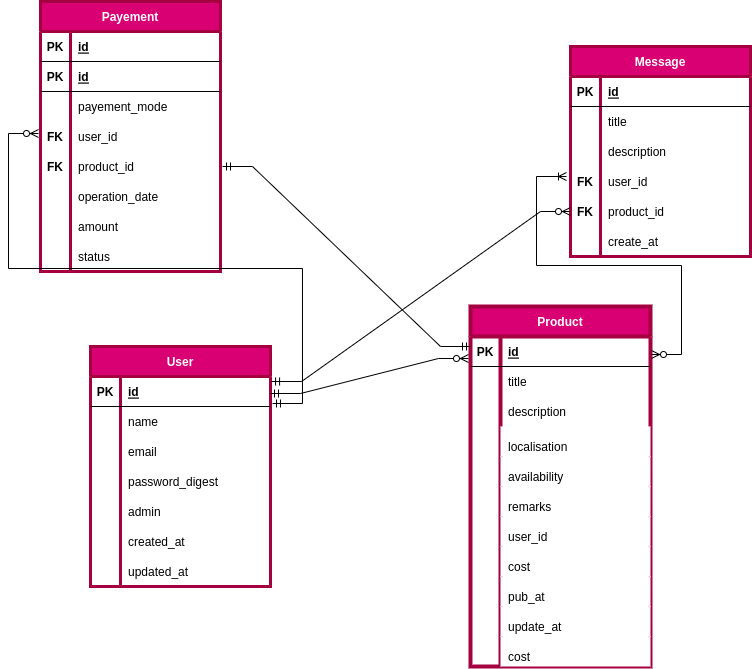
Before: public/ER.png, a diagram exported from draw.io (IBRAHIMA8/Transimo). Source tidied: cells renumbered, new cells last; positions are measured from the earlier drawing's top-left corner, leaving out a move shared by most shapes.
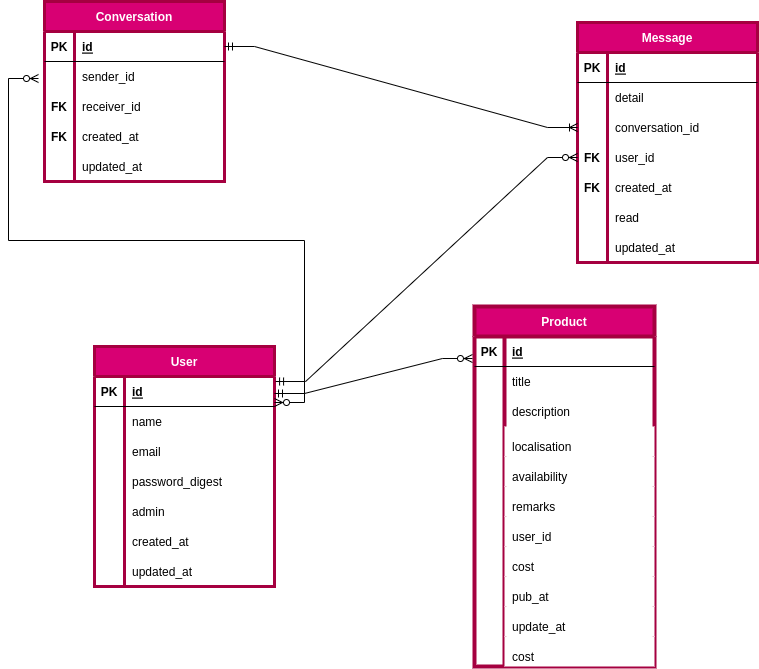
The same diagram one commit later.

The edit, as a diff of the source:
```diff
@@ -171,7 +171,7 @@
       <mxGeometry x="30" width="150" height="30" as="geometry" />
     </mxCell>
     <mxCell id="58" value="Message" style="shape=table;startSize=30;rowLines=0;fontStyle=1;align=center;fillColor=#d80073;fontColor=#ffffff;strokeColor=#A50040;strokeWidth=3;" parent="1" vertex="1">
-      <mxGeometry x="532" y="45" width="180" height="210" as="geometry" />
+      <mxGeometry x="535" y="21" width="180" height="240" as="geometry" />
     </mxCell>
     <mxCell id="59" style="shape=tableRow;horizontal=0;startSize=0;swimlaneHead=0;swimlaneBody=0;fillColor=none;top=0;left=0;right=0;bottom=1;" parent="58" vertex="1">
       <mxGeometry y="30" width="180" height="30" as="geometry" />
@@ -188,7 +188,7 @@
     <mxCell id="63" style="shape=partialRectangle;fillColor=none;top=0;left=0;bottom=0;right=0;overflow=hidden;fontStyle=1;" parent="62" vertex="1">
       <mxGeometry width="30" height="30" as="geometry" />
     </mxCell>
-    <mxCell id="64" value="title" style="shape=partialRectangle;fillColor=none;top=0;left=0;bottom=0;right=0;align=left;spacingLeft=6;overflow=hidden;" parent="62" vertex="1">
+    <mxCell id="64" value="detail" style="shape=partialRectangle;fillColor=none;top=0;left=0;bottom=0;right=0;align=left;spacingLeft=6;overflow=hidden;" parent="62" vertex="1">
       <mxGeometry x="30" width="150" height="30" as="geometry" />
     </mxCell>
     <mxCell id="65" style="shape=tableRow;horizontal=0;startSize=0;swimlaneHead=0;swimlaneBody=0;fillColor=none;points=[[0,0.5],[1,0.5]];portConstraint=eastwest;top=0;left=0;right=0;bottom=0;" parent="58" vertex="1">
@@ -197,7 +197,7 @@
     <mxCell id="66" style="shape=partialRectangle;fillColor=none;top=0;left=0;bottom=0;right=0;overflow=hidden;fontStyle=1;" parent="65" vertex="1">
       <mxGeometry width="30" height="30" as="geometry" />
     </mxCell>
-    <mxCell id="67" value="description" style="shape=partialRectangle;fillColor=none;top=0;left=0;bottom=0;right=0;align=left;spacingLeft=6;overflow=hidden;" parent="65" vertex="1">
+    <mxCell id="67" value="conversation_id" style="shape=partialRectangle;fillColor=none;top=0;left=0;bottom=0;right=0;align=left;spacingLeft=6;overflow=hidden;" parent="65" vertex="1">
       <mxGeometry x="30" width="150" height="30" as="geometry" />
     </mxCell>
     <mxCell id="68" style="shape=tableRow;horizontal=0;startSize=0;swimlaneHead=0;swimlaneBody=0;fillColor=none;points=[[0,0.5],[1,0.5]];portConstraint=eastwest;top=0;left=0;right=0;bottom=0;" parent="58" vertex="1">
@@ -215,7 +215,7 @@
     <mxCell id="72" value="FK" style="shape=partialRectangle;fillColor=none;top=0;left=0;bottom=0;right=0;overflow=hidden;fontStyle=1;" parent="71" vertex="1">
       <mxGeometry width="30" height="30" as="geometry" />
     </mxCell>
-    <mxCell id="73" value="product_id" style="shape=partialRectangle;fillColor=none;top=0;left=0;bottom=0;right=0;align=left;spacingLeft=6;overflow=hidden;" parent="71" vertex="1">
+    <mxCell id="73" value="created_at" style="shape=partialRectangle;fillColor=none;top=0;left=0;bottom=0;right=0;align=left;spacingLeft=6;overflow=hidden;" parent="71" vertex="1">
       <mxGeometry x="30" width="150" height="30" as="geometry" />
     </mxCell>
     <mxCell id="74" style="shape=tableRow;horizontal=0;startSize=0;swimlaneHead=0;swimlaneBody=0;fillColor=none;top=0;left=0;right=0;bottom=0;" parent="58" vertex="1">
@@ -224,9 +224,18 @@
     <mxCell id="75" style="shape=partialRectangle;fillColor=none;top=0;left=0;bottom=0;right=0;overflow=hidden;fontStyle=1;" parent="74" vertex="1">
       <mxGeometry width="30" height="30" as="geometry" />
     </mxCell>
-    <mxCell id="76" value="create_at" style="shape=partialRectangle;fillColor=none;top=0;left=0;bottom=0;right=0;align=left;spacingLeft=6;overflow=hidden;" parent="74" vertex="1">
+    <mxCell id="76" value="read" style="shape=partialRectangle;fillColor=none;top=0;left=0;bottom=0;right=0;align=left;spacingLeft=6;overflow=hidden;" parent="74" vertex="1">
       <mxGeometry x="30" width="150" height="30" as="geometry" />
     </mxCell>
+    <mxCell id="99" style="shape=tableRow;horizontal=0;startSize=0;swimlaneHead=0;swimlaneBody=0;fillColor=none;top=0;left=0;right=0;bottom=0;" parent="58" vertex="1">
+      <mxGeometry y="210" width="180" height="30" as="geometry" />
+    </mxCell>
+    <mxCell id="108" style="shape=partialRectangle;fillColor=none;top=0;left=0;bottom=0;right=0;overflow=hidden;fontStyle=1;" parent="99" vertex="1">
+      <mxGeometry width="30" height="30" as="geometry" />
+    </mxCell>
+    <mxCell id="109" value="updated_at" style="shape=partialRectangle;fillColor=none;top=0;left=0;bottom=0;right=0;align=left;spacingLeft=6;overflow=hidden;" parent="99" vertex="1">
+      <mxGeometry x="30" width="150" height="30" as="geometry" />
+    </mxCell>
     <mxCell id="77" style="edgeStyle=entityRelationEdgeStyle;fontSize=12;html=1;endArrow=ERzeroToMany;startArrow=ERmandOne;rounded=0;entryX=0.022;entryY=-0.033;entryDx=0;entryDy=0;entryPerimeter=0;" parent="1" edge="1">
       <mxGeometry relative="1" as="geometry">
         <mxPoint x="232" y="392" as="sourcePoint" />
@@ -236,14 +245,8 @@
     <mxCell id="78" value="&lt;br&gt;" style="edgeLabel;html=1;align=center;verticalAlign=middle;" parent="77" vertex="1">
       <mxGeometry x="0.82" y="-5" relative="1" as="geometry" />
     </mxCell>
-    <mxCell id="79" style="edgeStyle=entityRelationEdgeStyle;fontSize=12;html=1;endArrow=ERoneToMany;startArrow=ERzeroToMany;rounded=0;exitX=1;exitY=0.5;exitDx=0;exitDy=0;" parent="1" edge="1">
-      <mxGeometry relative="1" as="geometry">
-        <mxPoint x="613" y="353" as="sourcePoint" />
-        <mxPoint x="528" y="175" as="targetPoint" />
-      </mxGeometry>
-    </mxCell>
-    <mxCell id="80" value="Payement" style="shape=table;startSize=30;rowLines=0;fontStyle=1;align=center;fillColor=#d80073;fontColor=#ffffff;strokeColor=#A50040;strokeWidth=3;" parent="1" vertex="1">
-      <mxGeometry x="2" width="180" height="270" as="geometry" />
+    <mxCell id="80" value="Conversation" style="shape=table;startSize=30;rowLines=0;fontStyle=1;align=center;fillColor=#d80073;fontColor=#ffffff;strokeColor=#A50040;strokeWidth=3;" parent="1" vertex="1">
+      <mxGeometry x="2" width="180" height="180" as="geometry" />
     </mxCell>
     <mxCell id="81" style="shape=tableRow;horizontal=0;startSize=0;swimlaneHead=0;swimlaneBody=0;fillColor=none;points=[[0,0.5],[1,0.5]];portConstraint=eastwest;top=0;left=0;right=0;bottom=1;" parent="80" vertex="1">
       <mxGeometry y="30" width="180" height="30" as="geometry" />
@@ -254,82 +257,53 @@
     <mxCell id="83" value="id" style="shape=partialRectangle;fillColor=none;top=0;left=0;bottom=0;right=0;align=left;spacingLeft=6;fontStyle=5;overflow=hidden;" parent="81" vertex="1">
       <mxGeometry x="30" width="150" height="30" as="geometry" />
     </mxCell>
-    <mxCell id="84" style="shape=tableRow;horizontal=0;startSize=0;swimlaneHead=0;swimlaneBody=0;fillColor=none;top=0;left=0;right=0;bottom=1;" parent="80" vertex="1">
-      <mxGeometry y="60" width="180" height="30" as="geometry" />
-    </mxCell>
-    <mxCell id="85" value="PK" style="shape=partialRectangle;fillColor=none;top=0;left=0;bottom=0;right=0;fontStyle=1;overflow=hidden;" parent="84" vertex="1">
-      <mxGeometry width="30" height="30" as="geometry" />
-    </mxCell>
-    <mxCell id="86" value="id" style="shape=partialRectangle;fillColor=none;top=0;left=0;bottom=0;right=0;align=left;spacingLeft=6;fontStyle=5;overflow=hidden;" parent="84" vertex="1">
-      <mxGeometry x="30" width="150" height="30" as="geometry" />
-    </mxCell>
     <mxCell id="87" style="shape=tableRow;horizontal=0;startSize=0;swimlaneHead=0;swimlaneBody=0;fillColor=none;top=0;left=0;right=0;bottom=0;" parent="80" vertex="1">
-      <mxGeometry y="90" width="180" height="30" as="geometry" />
+      <mxGeometry y="60" width="180" height="30" as="geometry" />
     </mxCell>
     <mxCell id="88" style="shape=partialRectangle;fillColor=none;top=0;left=0;bottom=0;right=0;overflow=hidden;fontStyle=1;" parent="87" vertex="1">
       <mxGeometry width="30" height="30" as="geometry" />
     </mxCell>
-    <mxCell id="89" value="payement_mode" style="shape=partialRectangle;fillColor=none;top=0;left=0;bottom=0;right=0;align=left;spacingLeft=6;overflow=hidden;" parent="87" vertex="1">
+    <mxCell id="89" value="sender_id" style="shape=partialRectangle;fillColor=none;top=0;left=0;bottom=0;right=0;align=left;spacingLeft=6;overflow=hidden;" parent="87" vertex="1">
       <mxGeometry x="30" width="150" height="30" as="geometry" />
     </mxCell>
     <mxCell id="90" style="shape=tableRow;horizontal=0;startSize=0;swimlaneHead=0;swimlaneBody=0;fillColor=none;top=0;left=0;right=0;bottom=0;" parent="80" vertex="1">
-      <mxGeometry y="120" width="180" height="30" as="geometry" />
+      <mxGeometry y="90" width="180" height="30" as="geometry" />
     </mxCell>
     <mxCell id="91" value="FK" style="shape=partialRectangle;fillColor=none;top=0;left=0;bottom=0;right=0;overflow=hidden;fontStyle=1;" parent="90" vertex="1">
       <mxGeometry width="30" height="30" as="geometry" />
     </mxCell>
-    <mxCell id="92" value="user_id" style="shape=partialRectangle;fillColor=none;top=0;left=0;bottom=0;right=0;align=left;spacingLeft=6;overflow=hidden;" parent="90" vertex="1">
+    <mxCell id="92" value="receiver_id" style="shape=partialRectangle;fillColor=none;top=0;left=0;bottom=0;right=0;align=left;spacingLeft=6;overflow=hidden;" parent="90" vertex="1">
       <mxGeometry x="30" width="150" height="30" as="geometry" />
     </mxCell>
     <mxCell id="93" style="shape=tableRow;horizontal=0;startSize=0;swimlaneHead=0;swimlaneBody=0;fillColor=none;top=0;left=0;right=0;bottom=0;" parent="80" vertex="1">
-      <mxGeometry y="150" width="180" height="30" as="geometry" />
+      <mxGeometry y="120" width="180" height="30" as="geometry" />
     </mxCell>
     <mxCell id="94" value="FK" style="shape=partialRectangle;fillColor=none;top=0;left=0;bottom=0;right=0;overflow=hidden;fontStyle=1;" parent="93" vertex="1">
       <mxGeometry width="30" height="30" as="geometry" />
     </mxCell>
-    <mxCell id="95" value="product_id" style="shape=partialRectangle;fillColor=none;top=0;left=0;bottom=0;right=0;align=left;spacingLeft=6;overflow=hidden;" parent="93" vertex="1">
+    <mxCell id="95" value="created_at" style="shape=partialRectangle;fillColor=none;top=0;left=0;bottom=0;right=0;align=left;spacingLeft=6;overflow=hidden;" parent="93" vertex="1">
       <mxGeometry x="30" width="150" height="30" as="geometry" />
     </mxCell>
     <mxCell id="96" style="shape=tableRow;horizontal=0;startSize=0;swimlaneHead=0;swimlaneBody=0;fillColor=none;top=0;left=0;right=0;bottom=0;" parent="80" vertex="1">
-      <mxGeometry y="180" width="180" height="30" as="geometry" />
+      <mxGeometry y="150" width="180" height="30" as="geometry" />
     </mxCell>
     <mxCell id="97" style="shape=partialRectangle;fillColor=none;top=0;left=0;bottom=0;right=0;overflow=hidden;" parent="96" vertex="1">
       <mxGeometry width="30" height="30" as="geometry" />
     </mxCell>
-    <mxCell id="98" value="operation_date" style="shape=partialRectangle;fillColor=none;top=0;left=0;bottom=0;right=0;align=left;spacingLeft=6;overflow=hidden;" parent="96" vertex="1">
+    <mxCell id="98" value="updated_at" style="shape=partialRectangle;fillColor=none;top=0;left=0;bottom=0;right=0;align=left;spacingLeft=6;overflow=hidden;" parent="96" vertex="1">
       <mxGeometry x="30" width="150" height="30" as="geometry" />
     </mxCell>
-    <mxCell id="99" style="shape=tableRow;horizontal=0;startSize=0;swimlaneHead=0;swimlaneBody=0;fillColor=none;top=0;left=0;right=0;bottom=0;" parent="80" vertex="1">
-      <mxGeometry y="210" width="180" height="30" as="geometry" />
-    </mxCell>
-    <mxCell id="100" style="shape=partialRectangle;fillColor=none;top=0;left=0;bottom=0;right=0;overflow=hidden;" parent="99" vertex="1">
-      <mxGeometry width="30" height="30" as="geometry" />
-    </mxCell>
-    <mxCell id="101" value="amount" style="shape=partialRectangle;fillColor=none;top=0;left=0;bottom=0;right=0;align=left;spacingLeft=6;overflow=hidden;" parent="99" vertex="1">
-      <mxGeometry x="30" width="150" height="30" as="geometry" />
-    </mxCell>
-    <mxCell id="102" style="shape=tableRow;horizontal=0;startSize=0;swimlaneHead=0;swimlaneBody=0;fillColor=none;top=0;left=0;right=0;bottom=0;" parent="80" vertex="1">
-      <mxGeometry y="240" width="180" height="30" as="geometry" />
-    </mxCell>
-    <mxCell id="103" style="shape=partialRectangle;fillColor=none;top=0;left=0;bottom=0;right=0;overflow=hidden;" parent="102" vertex="1">
-      <mxGeometry width="30" height="30" as="geometry" />
-    </mxCell>
-    <mxCell id="104" value="status" style="shape=partialRectangle;fillColor=none;top=0;left=0;bottom=0;right=0;align=left;spacingLeft=6;overflow=hidden;" parent="102" vertex="1">
-      <mxGeometry x="30" width="150" height="30" as="geometry" />
-    </mxCell>
-    <mxCell id="105" style="edgeStyle=entityRelationEdgeStyle;fontSize=12;html=1;endArrow=ERzeroToMany;startArrow=ERmandOne;rounded=0;exitX=1.011;exitY=0;exitDx=0;exitDy=0;exitPerimeter=0;" parent="1" edge="1">
-      <mxGeometry relative="1" as="geometry">
-        <mxPoint x="234" y="402" as="sourcePoint" />
-        <mxPoint y="132" as="targetPoint" />
-      </mxGeometry>
-    </mxCell>
-    <mxCell id="106" style="edgeStyle=entityRelationEdgeStyle;fontSize=12;html=1;endArrow=ERmandOne;startArrow=ERmandOne;rounded=0;entryX=0;entryY=0.333;entryDx=0;entryDy=0;entryPerimeter=0;" parent="1" edge="1" target="25">
-      <mxGeometry relative="1" as="geometry">
-        <mxPoint x="184" y="165" as="sourcePoint" />
-      </mxGeometry>
-    </mxCell>
-    <mxCell id="107" style="edgeStyle=entityRelationEdgeStyle;fontSize=12;html=1;endArrow=ERzeroToMany;startArrow=ERmandOne;rounded=0;exitX=1.006;exitY=0.167;exitDx=0;exitDy=0;exitPerimeter=0;" parent="1" edge="1" source="3" target="71">
+    <mxCell id="107" style="edgeStyle=entityRelationEdgeStyle;fontSize=12;html=1;endArrow=ERzeroToMany;startArrow=ERmandOne;rounded=0;exitX=1.006;exitY=0.167;exitDx=0;exitDy=0;exitPerimeter=0;entryX=0;entryY=0.5;entryDx=0;entryDy=0;" parent="1" edge="1" source="3" target="68">
       <mxGeometry relative="1" as="geometry" />
     </mxCell>
+    <mxCell id="110" style="edgeStyle=entityRelationEdgeStyle;fontSize=12;html=1;endArrow=ERzeroToMany;endFill=1;startArrow=ERzeroToMany;rounded=0;" parent="1" edge="1">
+      <mxGeometry relative="1" as="geometry">
+        <mxPoint x="232" y="401" as="sourcePoint" />
+        <mxPoint x="-4" y="77" as="targetPoint" />
+      </mxGeometry>
+    </mxCell>
+    <mxCell id="111" style="edgeStyle=entityRelationEdgeStyle;fontSize=12;html=1;endArrow=ERoneToMany;startArrow=ERmandOne;rounded=0;entryX=0;entryY=0.5;entryDx=0;entryDy=0;exitX=1;exitY=0.5;exitDx=0;exitDy=0;" parent="1" edge="1" source="81" target="65">
+      <mxGeometry relative="1" as="geometry" />
+    </mxCell>
   </root>
 </mxGraphModel>
```
